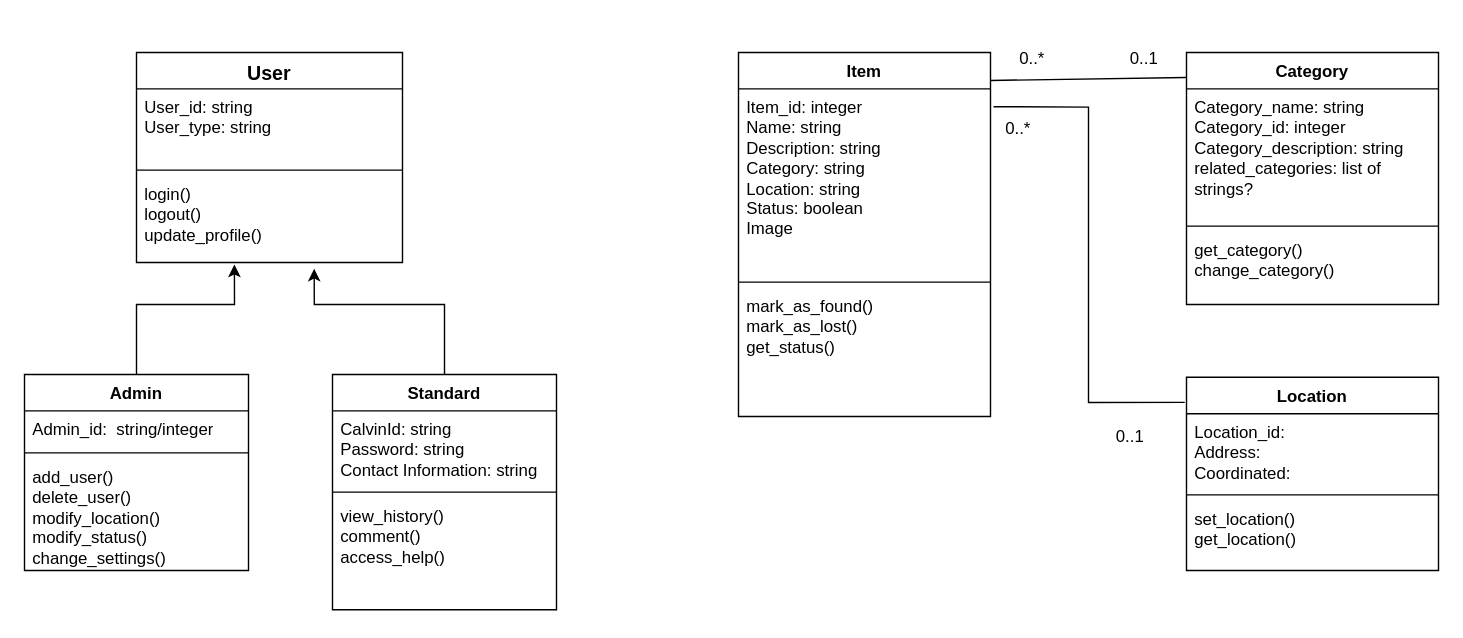
The draw.io diagram images/DomainModel.drawio in calvin-cs262-fall2023-teamA/project, before the edit. Source tidied: cells renumbered, new cells numbered last; positions are measured from the earlier drawing's top-left corner, leaving out a move shared by most shapes. Both pictures are drawn from the tidied source at 140%, with x=0, y=0 at pixel (24, 38).
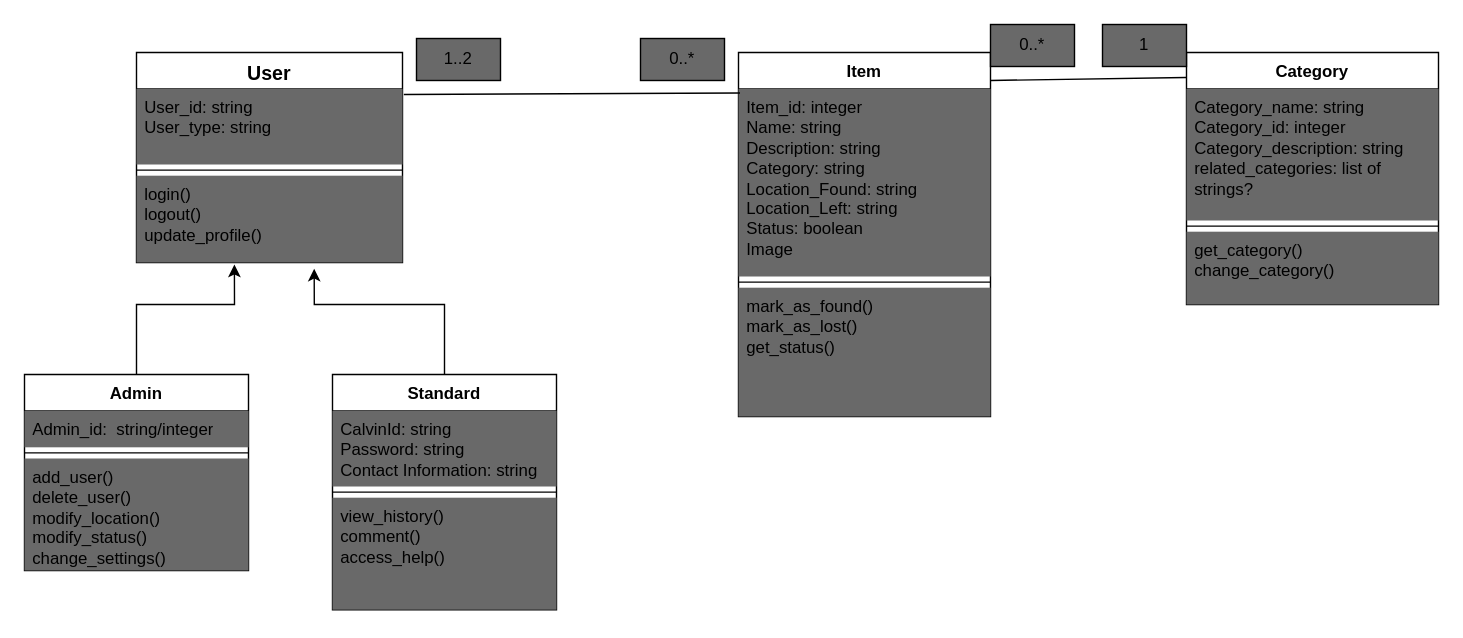
The same diagram, later.

Commit message (it also covers changes not shown here):
domain model updates

The change refers to these unchanged cells:
```xml
<mxCell id="2" value="&lt;font style=&quot;font-size: 14px;&quot;&gt;User&lt;/font&gt;" style="swimlane;fontStyle=1;align=center;verticalAlign=top;horizontal=1;startSize=26;whiteSpace=wrap;html=1;" parent="1" vertex="1">
  <mxGeometry x="80" y="10" width="190" height="150" as="geometry" />
</mxCell>
<mxCell id="6" value="Item" style="swimlane;fontStyle=1;align=center;verticalAlign=top;horizontal=1;startSize=26;whiteSpace=wrap;html=1;" parent="1" vertex="1">
  <mxGeometry x="510" y="10" width="180" height="260" as="geometry" />
</mxCell>
<mxCell id="10" value="Admin" style="swimlane;fontStyle=1;align=center;verticalAlign=top;horizontal=1;startSize=26;whiteSpace=wrap;html=1;" parent="1" vertex="1">
  <mxGeometry y="240" width="160" height="140" as="geometry" />
</mxCell>
<mxCell id="14" value="Standard" style="swimlane;fontStyle=1;align=center;verticalAlign=top;horizontal=1;startSize=26;whiteSpace=wrap;html=1;" parent="1" vertex="1">
  <mxGeometry x="220" y="240" width="160" height="168" as="geometry" />
</mxCell>
<mxCell id="20" value="Category" style="swimlane;fontStyle=1;align=center;verticalAlign=top;horizontal=1;startSize=26;whiteSpace=wrap;html=1;" parent="1" vertex="1">
  <mxGeometry x="830" y="10" width="180" height="180" as="geometry" />
</mxCell>
```

What changed in the source:
```diff
@@
-    <mxCell id="3" value="User_id: string&lt;br&gt;User_type: string&lt;br&gt;" style="text;strokeColor=none;fillColor=none;align=left;verticalAlign=top;spacingLeft=4;spacingRight=4;overflow=hidden;points=[[0,0.5],[1,0.5]];portConstraint=eastwest;whiteSpace=wrap;html=1;" parent="2" vertex="1">
+    <mxCell id="3" value="User_id: string&lt;br&gt;User_type: string&lt;br&gt;" style="text;strokeColor=none;fillColor=#696969;align=left;verticalAlign=top;spacingLeft=4;spacingRight=4;overflow=hidden;points=[[0,0.5],[1,0.5]];portConstraint=eastwest;whiteSpace=wrap;html=1;" parent="2" vertex="1">
       <mxGeometry y="26" width="190" height="54" as="geometry" />
     </mxCell>
@@
-    <mxCell id="5" value="login()&lt;br&gt;logout()&lt;br&gt;update_profile()" style="text;strokeColor=none;fillColor=none;align=left;verticalAlign=top;spacingLeft=4;spacingRight=4;overflow=hidden;points=[[0,0.5],[1,0.5]];portConstraint=eastwest;whiteSpace=wrap;html=1;" parent="2" vertex="1">
+    <mxCell id="5" value="login()&lt;br&gt;logout()&lt;br&gt;update_profile()" style="text;strokeColor=none;fillColor=#696969;align=left;verticalAlign=top;spacingLeft=4;spacingRight=4;overflow=hidden;points=[[0,0.5],[1,0.5]];portConstraint=eastwest;whiteSpace=wrap;html=1;" parent="2" vertex="1">
       <mxGeometry y="88" width="190" height="62" as="geometry" />
     </mxCell>
@@
-    <mxCell id="7" value="Item_id: integer&lt;br&gt;Name: string&lt;br&gt;Description: string&lt;br&gt;Category: string&lt;br&gt;Location: string&lt;br&gt;Status: boolean&lt;br&gt;Image" style="text;strokeColor=none;fillColor=none;align=left;verticalAlign=top;spacingLeft=4;spacingRight=4;overflow=hidden;points=[[0,0.5],[1,0.5]];portConstraint=eastwest;whiteSpace=wrap;html=1;" parent="6" vertex="1">
+    <mxCell id="7" value="Item_id: integer&lt;br&gt;Name: string&lt;br&gt;Description: string&lt;br&gt;Category: string&lt;br&gt;Location_Found: string&lt;br&gt;Location_Left: string&lt;br&gt;Status: boolean&lt;br&gt;Image" style="text;strokeColor=none;fillColor=#696969;align=left;verticalAlign=top;spacingLeft=4;spacingRight=4;overflow=hidden;points=[[0,0.5],[1,0.5]];portConstraint=eastwest;whiteSpace=wrap;html=1;" parent="6" vertex="1">
       <mxGeometry y="26" width="180" height="134" as="geometry" />
     </mxCell>
@@
-    <mxCell id="9" value="mark_as_found()&lt;br&gt;mark_as_lost()&lt;br&gt;get_status()" style="text;strokeColor=none;fillColor=none;align=left;verticalAlign=top;spacingLeft=4;spacingRight=4;overflow=hidden;whiteSpace=wrap;html=1;" parent="6" vertex="1">
+    <mxCell id="9" value="mark_as_found()&lt;br&gt;mark_as_lost()&lt;br&gt;get_status()" style="text;strokeColor=none;fillColor=#696969;align=left;verticalAlign=top;spacingLeft=4;spacingRight=4;overflow=hidden;whiteSpace=wrap;html=1;" parent="6" vertex="1">
       <mxGeometry y="168" width="180" height="92" as="geometry" />
     </mxCell>
@@
-    <mxCell id="11" value="Admin_id:&amp;nbsp; string/integer" style="text;strokeColor=none;fillColor=none;align=left;verticalAlign=top;spacingLeft=4;spacingRight=4;overflow=hidden;whiteSpace=wrap;html=1;" parent="10" vertex="1">
+    <mxCell id="11" value="Admin_id:&amp;nbsp; string/integer" style="text;strokeColor=none;fillColor=#696969;align=left;verticalAlign=top;spacingLeft=4;spacingRight=4;overflow=hidden;whiteSpace=wrap;html=1;" parent="10" vertex="1">
       <mxGeometry y="26" width="160" height="26" as="geometry" />
     </mxCell>
@@
-    <mxCell id="13" value="add_user()&lt;br&gt;delete_user()&lt;br&gt;modify_location()&lt;br&gt;modify_status()&lt;br&gt;change_settings()&lt;br&gt;" style="text;strokeColor=none;fillColor=none;align=left;verticalAlign=top;spacingLeft=4;spacingRight=4;overflow=hidden;whiteSpace=wrap;html=1;" parent="10" vertex="1">
+    <mxCell id="13" value="add_user()&lt;br&gt;delete_user()&lt;br&gt;modify_location()&lt;br&gt;modify_status()&lt;br&gt;change_settings()&lt;br&gt;" style="text;strokeColor=none;fillColor=#696969;align=left;verticalAlign=top;spacingLeft=4;spacingRight=4;overflow=hidden;whiteSpace=wrap;html=1;" parent="10" vertex="1">
       <mxGeometry y="60" width="160" height="80" as="geometry" />
     </mxCell>
@@
-    <mxCell id="15" value="CalvinId: string&lt;br style=&quot;border-color: var(--border-color);&quot;&gt;Password: string&lt;br style=&quot;border-color: var(--border-color);&quot;&gt;Contact Information: string" style="text;strokeColor=none;fillColor=none;align=left;verticalAlign=top;spacingLeft=4;spacingRight=4;overflow=hidden;whiteSpace=wrap;html=1;" parent="14" vertex="1">
+    <mxCell id="15" value="CalvinId: string&lt;br style=&quot;border-color: var(--border-color);&quot;&gt;Password: string&lt;br style=&quot;border-color: var(--border-color);&quot;&gt;Contact Information: string" style="text;strokeColor=none;fillColor=#696969;align=left;verticalAlign=top;spacingLeft=4;spacingRight=4;overflow=hidden;whiteSpace=wrap;html=1;" parent="14" vertex="1">
       <mxGeometry y="26" width="160" height="54" as="geometry" />
     </mxCell>
@@
-    <mxCell id="17" value="view_history()&lt;br&gt;comment()&lt;br&gt;access_help()" style="text;strokeColor=none;fillColor=none;align=left;verticalAlign=top;spacingLeft=4;spacingRight=4;overflow=hidden;whiteSpace=wrap;html=1;" parent="14" vertex="1">
+    <mxCell id="17" value="view_history()&lt;br&gt;comment()&lt;br&gt;access_help()" style="text;strokeColor=none;fillColor=#696969;align=left;verticalAlign=top;spacingLeft=4;spacingRight=4;overflow=hidden;whiteSpace=wrap;html=1;" parent="14" vertex="1">
       <mxGeometry y="88" width="160" height="80" as="geometry" />
     </mxCell>
@@
-    <mxCell id="21" value="Category_name: string&lt;br&gt;Category_id: integer&lt;br&gt;Category_description: string&lt;br&gt;related_categories: list of strings?" style="text;strokeColor=none;fillColor=none;align=left;verticalAlign=top;spacingLeft=4;spacingRight=4;overflow=hidden;whiteSpace=wrap;html=1;" parent="20" vertex="1">
+    <mxCell id="21" value="Category_name: string&lt;br&gt;Category_id: integer&lt;br&gt;Category_description: string&lt;br&gt;related_categories: list of strings?" style="text;strokeColor=none;fillColor=#696969;align=left;verticalAlign=top;spacingLeft=4;spacingRight=4;overflow=hidden;whiteSpace=wrap;html=1;" parent="20" vertex="1">
       <mxGeometry y="26" width="180" height="94" as="geometry" />
     </mxCell>
@@
-    <mxCell id="23" value="get_category()&lt;br&gt;change_category()" style="text;strokeColor=none;fillColor=none;align=left;verticalAlign=top;spacingLeft=4;spacingRight=4;overflow=hidden;whiteSpace=wrap;html=1;" parent="20" vertex="1">
+    <mxCell id="23" value="get_category()&lt;br&gt;change_category()" style="text;strokeColor=none;fillColor=#696969;align=left;verticalAlign=top;spacingLeft=4;spacingRight=4;overflow=hidden;whiteSpace=wrap;html=1;" parent="20" vertex="1">
       <mxGeometry y="128" width="180" height="52" as="geometry" />
     </mxCell>
-    <mxCell id="24" value="Location" style="swimlane;fontStyle=1;align=center;verticalAlign=top;horizontal=1;startSize=26;whiteSpace=wrap;html=1;" parent="1" vertex="1">
-      <mxGeometry x="830" y="242" width="180" height="138" as="geometry" />
-    </mxCell>
-    <mxCell id="25" value="Location_id:&amp;nbsp;&lt;br style=&quot;border-color: var(--border-color);&quot;&gt;Address:&lt;br style=&quot;border-color: var(--border-color);&quot;&gt;Coordinated:" style="text;strokeColor=none;fillColor=none;align=left;verticalAlign=top;spacingLeft=4;spacingRight=4;overflow=hidden;whiteSpace=wrap;html=1;" parent="24" vertex="1">
-      <mxGeometry y="26" width="180" height="54" as="geometry" />
-    </mxCell>
-    <mxCell id="26" style="line;strokeWidth=1;fillColor=none;align=left;verticalAlign=middle;spacingTop=-1;spacingLeft=3;spacingRight=3;labelPosition=right;strokeColor=inherit;" parent="24" vertex="1">
-      <mxGeometry y="80" width="180" height="8" as="geometry" />
-    </mxCell>
-    <mxCell id="27" value="set_location()&lt;br style=&quot;border-color: var(--border-color);&quot;&gt;get_location()" style="text;strokeColor=none;fillColor=none;align=left;verticalAlign=top;spacingLeft=4;spacingRight=4;overflow=hidden;whiteSpace=wrap;html=1;" parent="24" vertex="1">
-      <mxGeometry y="88" width="180" height="50" as="geometry" />
-    </mxCell>
@@
-    <mxCell id="29" style="endArrow=none;html=1;rounded=0;entryX=-0.007;entryY=0.13;entryDx=0;entryDy=0;exitX=1.012;exitY=0.095;exitDx=0;exitDy=0;exitPerimeter=0;entryPerimeter=0;" parent="1" edge="1" source="7" target="24">
-      <mxGeometry relative="1" as="geometry">
-        <Array as="points">
-          <mxPoint x="760" y="49" />
-          <mxPoint x="760" y="260" />
-        </Array>
-      </mxGeometry>
-    </mxCell>
-    <mxCell id="30" value="0..*" style="text;html=1;strokeColor=none;fillColor=none;align=center;verticalAlign=middle;whiteSpace=wrap;rounded=0;" parent="1" vertex="1">
-      <mxGeometry x="680" y="50" width="60" height="30" as="geometry" />
-    </mxCell>
-    <mxCell id="31" value="0..1" style="text;html=1;strokeColor=none;fillColor=none;align=center;verticalAlign=middle;whiteSpace=wrap;rounded=0;" parent="1" vertex="1">
-      <mxGeometry x="760" y="270" width="60" height="30" as="geometry" />
-    </mxCell>
-    <mxCell id="32" value="0..1" style="text;html=1;strokeColor=none;fillColor=none;align=center;verticalAlign=middle;whiteSpace=wrap;rounded=0;" parent="1" vertex="1">
-      <mxGeometry x="770" width="60" height="30" as="geometry" />
+    <mxCell id="32" value="1" style="text;html=1;strokeColor=#000000;fillColor=#696969;align=center;verticalAlign=middle;whiteSpace=wrap;rounded=0;" parent="1" vertex="1">
+      <mxGeometry x="770" y="-10" width="60" height="30" as="geometry" />
     </mxCell>
-    <mxCell id="33" value="0..*" style="text;html=1;strokeColor=none;fillColor=none;align=center;verticalAlign=middle;whiteSpace=wrap;rounded=0;" parent="1" vertex="1">
-      <mxGeometry x="690" width="60" height="30" as="geometry" />
+    <mxCell id="33" value="0..*" style="text;html=1;strokeColor=#000000;fillColor=#696969;align=center;verticalAlign=middle;whiteSpace=wrap;rounded=0;" parent="1" vertex="1">
+      <mxGeometry x="690" y="-10" width="60" height="30" as="geometry" />
     </mxCell>
+    <mxCell id="34" style="endArrow=none;html=1;rounded=0;entryX=0.006;entryY=0.022;entryDx=0;entryDy=0;entryPerimeter=0;exitX=1.005;exitY=0.074;exitDx=0;exitDy=0;exitPerimeter=0;" parent="1" edge="1" source="3" target="7">
+      <mxGeometry relative="1" as="geometry" />
+    </mxCell>
+    <mxCell id="30" value="0..*" style="text;html=1;strokeColor=#000000;fillColor=#696969;align=center;verticalAlign=middle;whiteSpace=wrap;rounded=0;" parent="1" vertex="1">
+      <mxGeometry x="440" width="60" height="30" as="geometry" />
+    </mxCell>
+    <mxCell id="35" value="1..2" style="text;html=1;strokeColor=#000000;fillColor=#696969;align=center;verticalAlign=middle;whiteSpace=wrap;rounded=0;" parent="1" vertex="1">
+      <mxGeometry x="280" width="60" height="30" as="geometry" />
+    </mxCell>
```
